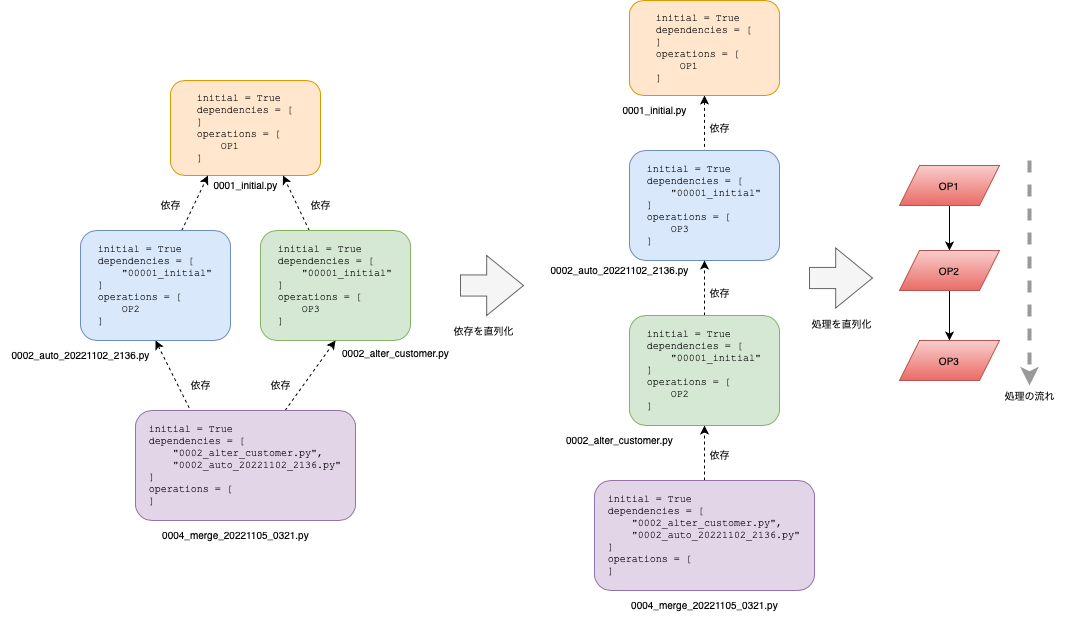
yamaneko1212/django-migration-tutorial keeps this draw.io diagram as resume/serialize-dependencies.png. Above is the earlier version. Source tidied: cells renumbered, new cells last; positions are measured from the earlier drawing's top-left corner, leaving out a move shared by most shapes.
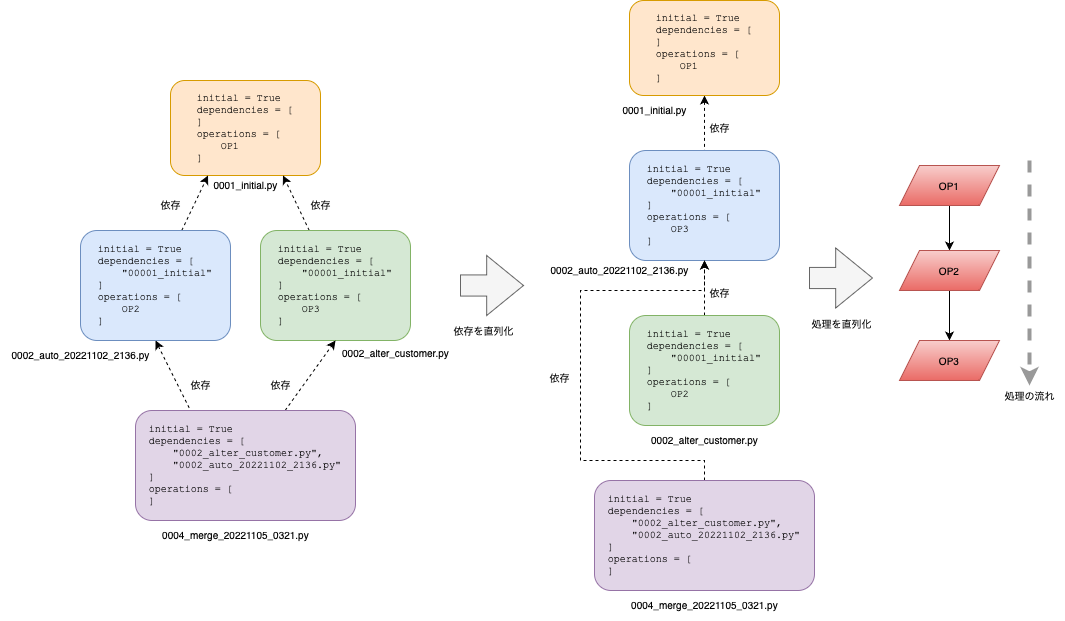
After the change.

The edit, as a diff of the source:
```diff
@@ -72,10 +72,17 @@
       <mxGeometry x="629" y="315" width="150" height="110" as="geometry" />
     </mxCell>
     <mxCell id="25" value="&lt;span style=&quot;font-family: Helvetica;&quot;&gt;0002_alter_customer.py&lt;/span&gt;" style="text;html=1;align=center;verticalAlign=middle;fillColor=none;strokeColor=none;rounded=0;fontFamily=Courier New;fontSize=10;" parent="1" vertex="1">
-      <mxGeometry x="554" y="425" width="130" height="30" as="geometry" />
+      <mxGeometry x="639" y="425" width="130" height="30" as="geometry" />
     </mxCell>
-    <mxCell id="26" style="edgeStyle=none;rounded=0;jettySize=auto;html=1;entryX=0.5;entryY=1;entryDx=0;entryDy=0;dashed=1;fontFamily=Helvetica;fontSize=10;startArrow=none;startFill=0;endArrow=classic;endFill=1;" parent="1" edge="1" source="27" target="24">
-      <mxGeometry relative="1" as="geometry" />
+    <mxCell id="26" style="edgeStyle=orthogonalEdgeStyle;rounded=0;jettySize=auto;html=1;entryX=0.5;entryY=1;entryDx=0;entryDy=0;dashed=1;fontFamily=Helvetica;fontSize=10;startArrow=none;startFill=0;endArrow=classic;endFill=1;" parent="1" edge="1" source="27" target="21">
+      <mxGeometry relative="1" as="geometry">
+        <Array as="points">
+          <mxPoint x="704" y="460" />
+          <mxPoint x="580" y="460" />
+          <mxPoint x="580" y="290" />
+          <mxPoint x="704" y="290" />
+        </Array>
+      </mxGeometry>
     </mxCell>
     <mxCell id="27" value="&lt;div style=&quot;text-align: left;&quot;&gt;initial = True&lt;/div&gt;&lt;div style=&quot;text-align: left;&quot;&gt;dependencies = [&lt;/div&gt;&lt;div style=&quot;text-align: left;&quot;&gt;&amp;nbsp; &amp;nbsp; &quot;0002_alter_customer.py&quot;,&lt;/div&gt;&lt;div style=&quot;text-align: left;&quot;&gt;&amp;nbsp; &amp;nbsp; &quot;0002_auto_20221102_2136.py&quot;&lt;/div&gt;&lt;div style=&quot;text-align: left;&quot;&gt;]&lt;/div&gt;&lt;div style=&quot;text-align: left;&quot;&gt;operations = [&lt;/div&gt;&lt;div style=&quot;text-align: left;&quot;&gt;]&lt;/div&gt;" style="rounded=1;whiteSpace=wrap;html=1;fontFamily=Courier New;fontSize=10;fillColor=#e1d5e7;strokeColor=#9673a6;" parent="1" vertex="1">
       <mxGeometry x="594" y="480" width="220" height="110" as="geometry" />
@@ -111,7 +118,7 @@
       <mxGeometry x="899" y="340" width="100" height="40" as="geometry" />
     </mxCell>
     <mxCell id="38" value="&lt;font face=&quot;Helvetica&quot;&gt;依存&lt;/font&gt;" style="text;html=1;align=center;verticalAlign=middle;fillColor=none;strokeColor=none;rounded=0;fontFamily=Courier New;fontSize=10;" parent="1" vertex="1">
-      <mxGeometry x="699" y="440" width="40" height="30" as="geometry" />
+      <mxGeometry x="539" y="363" width="40" height="30" as="geometry" />
     </mxCell>
     <mxCell id="39" value="&lt;font face=&quot;Helvetica&quot;&gt;依存&lt;/font&gt;" style="text;html=1;align=center;verticalAlign=middle;fillColor=none;strokeColor=none;rounded=0;fontFamily=Courier New;fontSize=10;" parent="1" vertex="1">
       <mxGeometry x="699" y="277.5" width="40" height="30" as="geometry" />
```
